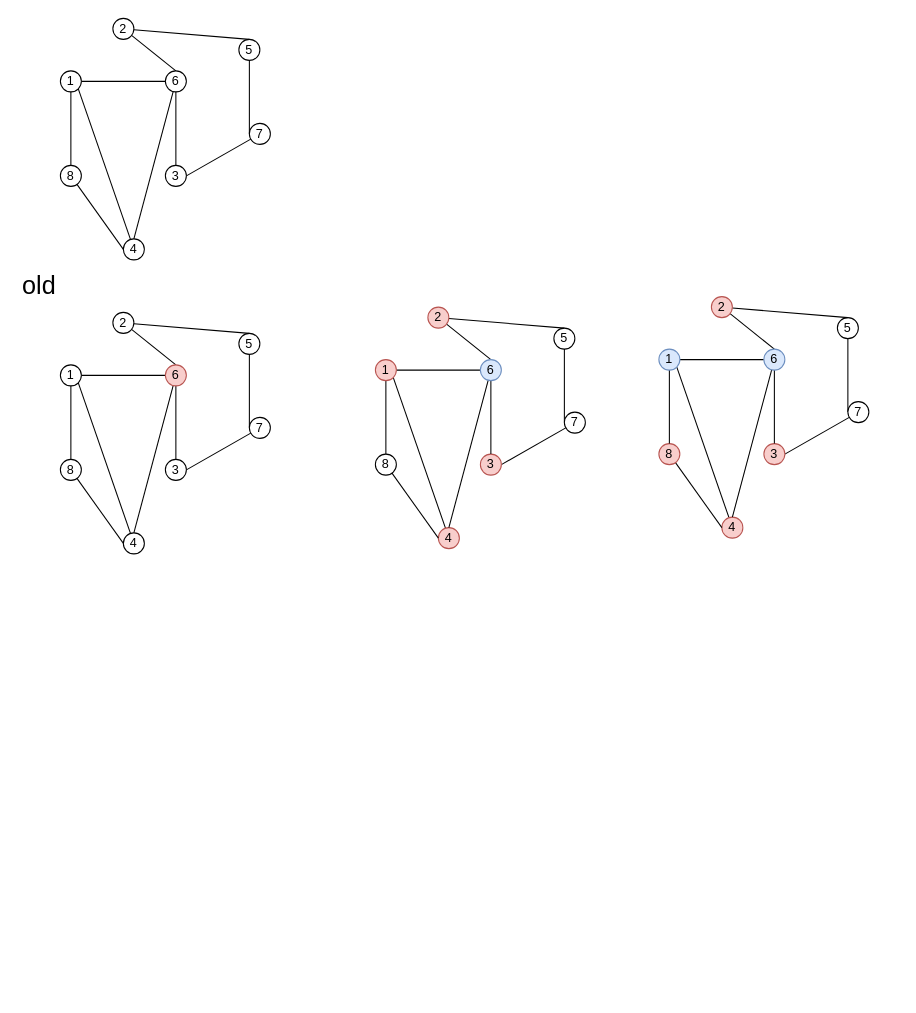
zjtone/RL-Note keeps this draw.io diagram as rl embedding note.drawio. Above is the earlier version. Source tidied: cells renumbered, new cells numbered last; positions are measured from the earlier drawing's top-left corner, leaving out a move shared by most shapes. Both pictures are drawn from the tidied source at 105%, with x=0, y=0 at pixel (18, 18).
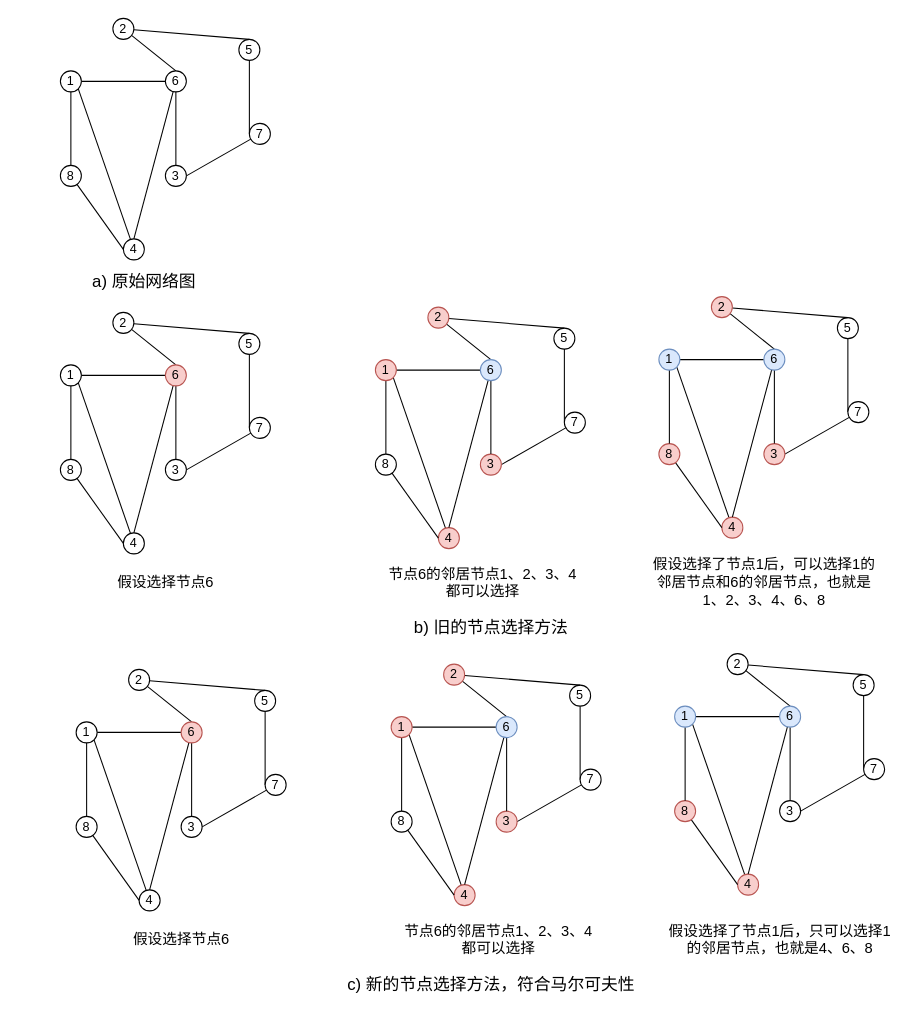
Above is the later version.

The edit, as a diff of the source:
```diff
@@
-    <mxCell id="74" value="old" style="text;html=1;strokeColor=none;fillColor=none;align=center;verticalAlign=middle;whiteSpace=wrap;rounded=0;strokeWidth=4;fontSize=24;" parent="1" vertex="1">
-      <mxGeometry y="245" width="40" height="20" as="geometry" />
-    </mxCell>
+    <mxCell id="75" value="假设选择节点6" style="text;html=1;strokeColor=none;fillColor=none;align=center;verticalAlign=middle;whiteSpace=wrap;rounded=0;fontSize=14;" parent="1" vertex="1">
+      <mxGeometry x="77.5" y="520" width="125" height="34" as="geometry" />
+    </mxCell>
+    <mxCell id="76" value="节点6的邻居节点1、2、3、4都可以选择" style="text;html=1;strokeColor=none;fillColor=none;align=center;verticalAlign=middle;whiteSpace=wrap;rounded=0;fontSize=14;" parent="1" vertex="1">
+      <mxGeometry x="350" y="520" width="185" height="34" as="geometry" />
+    </mxCell>
+    <mxCell id="77" value="假设选择了节点1后，可以选择1的邻居节点和6的邻居节点，也就是1、2、3、4、6、8" style="text;html=1;strokeColor=none;fillColor=none;align=center;verticalAlign=middle;whiteSpace=wrap;rounded=0;fontSize=14;" parent="1" vertex="1">
+      <mxGeometry x="597.5" y="520" width="225" height="34" as="geometry" />
+    </mxCell>
+    <mxCell id="78" value="a) 原始网络图" style="text;html=1;strokeColor=none;fillColor=none;align=center;verticalAlign=middle;whiteSpace=wrap;rounded=0;fontSize=16;" parent="1" vertex="1">
+      <mxGeometry x="25" y="240" width="190" height="20" as="geometry" />
+    </mxCell>
+    <mxCell id="79" value="b) 旧的节点选择方法" style="text;html=1;strokeColor=none;fillColor=none;align=center;verticalAlign=middle;whiteSpace=wrap;rounded=0;fontSize=16;" parent="1" vertex="1">
+      <mxGeometry x="281.5" y="570" width="337" height="20" as="geometry" />
+    </mxCell>
+    <mxCell id="80" style="edgeStyle=none;rounded=0;jettySize=auto;html=1;entryX=1;entryY=1;entryDx=0;entryDy=0;endArrow=none;endFill=0;" parent="1" edge="1" source="81" target="94">
+      <mxGeometry relative="1" as="geometry" />
+    </mxCell>
+    <mxCell id="81" value="4" style="ellipse;whiteSpace=wrap;html=1;" parent="1" vertex="1">
+      <mxGeometry x="115" y="830" width="20" height="20" as="geometry" />
+    </mxCell>
+    <mxCell id="82" style="edgeStyle=none;rounded=0;jettySize=auto;html=1;entryX=0;entryY=0.5;entryDx=0;entryDy=0;endArrow=none;endFill=0;" parent="1" edge="1" source="83" target="88">
+      <mxGeometry relative="1" as="geometry" />
+    </mxCell>
+    <mxCell id="83" value="5" style="ellipse;whiteSpace=wrap;html=1;" parent="1" vertex="1">
+      <mxGeometry x="225" y="640" width="20" height="20" as="geometry" />
+    </mxCell>
+    <mxCell id="84" style="edgeStyle=none;rounded=0;jettySize=auto;html=1;entryX=0.5;entryY=0;entryDx=0;entryDy=0;endArrow=none;endFill=0;" parent="1" edge="1" source="86" target="83">
+      <mxGeometry relative="1" as="geometry" />
+    </mxCell>
+    <mxCell id="85" style="edgeStyle=none;rounded=0;jettySize=auto;html=1;entryX=0.5;entryY=0;entryDx=0;entryDy=0;endArrow=none;endFill=0;" parent="1" edge="1" source="86" target="97">
+      <mxGeometry relative="1" as="geometry" />
+    </mxCell>
+    <mxCell id="86" value="2" style="ellipse;whiteSpace=wrap;html=1;" parent="1" vertex="1">
+      <mxGeometry x="105" y="620" width="20" height="20" as="geometry" />
+    </mxCell>
+    <mxCell id="87" style="edgeStyle=none;rounded=0;jettySize=auto;html=1;entryX=1;entryY=0.5;entryDx=0;entryDy=0;endArrow=none;endFill=0;" parent="1" edge="1" source="88" target="91">
+      <mxGeometry relative="1" as="geometry" />
+    </mxCell>
+    <mxCell id="88" value="7" style="ellipse;whiteSpace=wrap;html=1;" parent="1" vertex="1">
+      <mxGeometry x="235" y="720" width="20" height="20" as="geometry" />
+    </mxCell>
+    <mxCell id="89" style="edgeStyle=none;rounded=0;jettySize=auto;html=1;entryX=0;entryY=0.5;entryDx=0;entryDy=0;endArrow=none;endFill=0;" parent="1" edge="1" source="90" target="81">
+      <mxGeometry relative="1" as="geometry" />
+    </mxCell>
+    <mxCell id="90" value="8" style="ellipse;whiteSpace=wrap;html=1;" parent="1" vertex="1">
+      <mxGeometry x="55" y="760" width="20" height="20" as="geometry" />
+    </mxCell>
+    <mxCell id="91" value="3" style="ellipse;whiteSpace=wrap;html=1;" parent="1" vertex="1">
+      <mxGeometry x="155" y="760" width="20" height="20" as="geometry" />
+    </mxCell>
+    <mxCell id="92" style="edgeStyle=orthogonalEdgeStyle;rounded=0;jettySize=auto;html=1;entryX=0.5;entryY=0;entryDx=0;entryDy=0;endArrow=none;endFill=0;" parent="1" edge="1" source="94" target="90">
+      <mxGeometry relative="1" as="geometry" />
+    </mxCell>
+    <mxCell id="93" style="edgeStyle=none;rounded=0;jettySize=auto;html=1;entryX=0;entryY=0.5;entryDx=0;entryDy=0;endArrow=none;endFill=0;" parent="1" edge="1" source="94" target="97">
+      <mxGeometry relative="1" as="geometry" />
+    </mxCell>
+    <mxCell id="94" value="1" style="ellipse;whiteSpace=wrap;html=1;" parent="1" vertex="1">
+      <mxGeometry x="55" y="670" width="20" height="20" as="geometry" />
+    </mxCell>
+    <mxCell id="95" style="edgeStyle=none;rounded=0;jettySize=auto;html=1;entryX=0.5;entryY=0;entryDx=0;entryDy=0;endArrow=none;endFill=0;" parent="1" edge="1" source="97" target="91">
+      <mxGeometry relative="1" as="geometry" />
+    </mxCell>
+    <mxCell id="96" style="edgeStyle=none;rounded=0;jettySize=auto;html=1;entryX=0.5;entryY=0;entryDx=0;entryDy=0;endArrow=none;endFill=0;" parent="1" edge="1" source="97" target="81">
+      <mxGeometry relative="1" as="geometry" />
+    </mxCell>
+    <mxCell id="97" value="6" style="ellipse;whiteSpace=wrap;html=1;fillColor=#f8cecc;strokeColor=#b85450;" parent="1" vertex="1">
+      <mxGeometry x="155" y="670" width="20" height="20" as="geometry" />
+    </mxCell>
+    <mxCell id="98" style="edgeStyle=none;rounded=0;jettySize=auto;html=1;entryX=1;entryY=1;entryDx=0;entryDy=0;endArrow=none;endFill=0;" parent="1" edge="1" source="99" target="112">
+      <mxGeometry relative="1" as="geometry" />
+    </mxCell>
+    <mxCell id="99" value="4" style="ellipse;whiteSpace=wrap;html=1;fillColor=#f8cecc;strokeColor=#b85450;" parent="1" vertex="1">
+      <mxGeometry x="415" y="825" width="20" height="20" as="geometry" />
+    </mxCell>
+    <mxCell id="100" style="edgeStyle=none;rounded=0;jettySize=auto;html=1;entryX=0;entryY=0.5;entryDx=0;entryDy=0;endArrow=none;endFill=0;" parent="1" edge="1" source="101" target="106">
+      <mxGeometry relative="1" as="geometry" />
+    </mxCell>
+    <mxCell id="101" value="5" style="ellipse;whiteSpace=wrap;html=1;" parent="1" vertex="1">
+      <mxGeometry x="525" y="635" width="20" height="20" as="geometry" />
+    </mxCell>
+    <mxCell id="102" style="edgeStyle=none;rounded=0;jettySize=auto;html=1;entryX=0.5;entryY=0;entryDx=0;entryDy=0;endArrow=none;endFill=0;" parent="1" edge="1" source="104" target="101">
+      <mxGeometry relative="1" as="geometry" />
+    </mxCell>
+    <mxCell id="103" style="edgeStyle=none;rounded=0;jettySize=auto;html=1;entryX=0.5;entryY=0;entryDx=0;entryDy=0;endArrow=none;endFill=0;" parent="1" edge="1" source="104" target="115">
+      <mxGeometry relative="1" as="geometry" />
+    </mxCell>
+    <mxCell id="104" value="2" style="ellipse;whiteSpace=wrap;html=1;fillColor=#f8cecc;strokeColor=#b85450;" parent="1" vertex="1">
+      <mxGeometry x="405" y="615" width="20" height="20" as="geometry" />
+    </mxCell>
+    <mxCell id="105" style="edgeStyle=none;rounded=0;jettySize=auto;html=1;entryX=1;entryY=0.5;entryDx=0;entryDy=0;endArrow=none;endFill=0;" parent="1" edge="1" source="106" target="109">
+      <mxGeometry relative="1" as="geometry" />
+    </mxCell>
+    <mxCell id="106" value="7" style="ellipse;whiteSpace=wrap;html=1;" parent="1" vertex="1">
+      <mxGeometry x="535" y="715" width="20" height="20" as="geometry" />
+    </mxCell>
+    <mxCell id="107" style="edgeStyle=none;rounded=0;jettySize=auto;html=1;entryX=0;entryY=0.5;entryDx=0;entryDy=0;endArrow=none;endFill=0;" parent="1" edge="1" source="108" target="99">
+      <mxGeometry relative="1" as="geometry" />
+    </mxCell>
+    <mxCell id="108" value="8" style="ellipse;whiteSpace=wrap;html=1;" parent="1" vertex="1">
+      <mxGeometry x="355" y="755" width="20" height="20" as="geometry" />
+    </mxCell>
+    <mxCell id="109" value="3" style="ellipse;whiteSpace=wrap;html=1;fillColor=#f8cecc;strokeColor=#b85450;" parent="1" vertex="1">
+      <mxGeometry x="455" y="755" width="20" height="20" as="geometry" />
+    </mxCell>
+    <mxCell id="110" style="edgeStyle=orthogonalEdgeStyle;rounded=0;jettySize=auto;html=1;entryX=0.5;entryY=0;entryDx=0;entryDy=0;endArrow=none;endFill=0;" parent="1" edge="1" source="112" target="108">
+      <mxGeometry relative="1" as="geometry" />
+    </mxCell>
+    <mxCell id="111" style="edgeStyle=none;rounded=0;jettySize=auto;html=1;entryX=0;entryY=0.5;entryDx=0;entryDy=0;endArrow=none;endFill=0;" parent="1" edge="1" source="112" target="115">
+      <mxGeometry relative="1" as="geometry" />
+    </mxCell>
+    <mxCell id="112" value="1" style="ellipse;whiteSpace=wrap;html=1;fillColor=#f8cecc;strokeColor=#b85450;" parent="1" vertex="1">
+      <mxGeometry x="355" y="665" width="20" height="20" as="geometry" />
+    </mxCell>
+    <mxCell id="113" style="edgeStyle=none;rounded=0;jettySize=auto;html=1;entryX=0.5;entryY=0;entryDx=0;entryDy=0;endArrow=none;endFill=0;" parent="1" edge="1" source="115" target="109">
+      <mxGeometry relative="1" as="geometry" />
+    </mxCell>
+    <mxCell id="114" style="edgeStyle=none;rounded=0;jettySize=auto;html=1;entryX=0.5;entryY=0;entryDx=0;entryDy=0;endArrow=none;endFill=0;" parent="1" edge="1" source="115" target="99">
+      <mxGeometry relative="1" as="geometry" />
+    </mxCell>
+    <mxCell id="115" value="6" style="ellipse;whiteSpace=wrap;html=1;fillColor=#dae8fc;strokeColor=#6c8ebf;" parent="1" vertex="1">
+      <mxGeometry x="455" y="665" width="20" height="20" as="geometry" />
+    </mxCell>
+    <mxCell id="116" style="edgeStyle=none;rounded=0;jettySize=auto;html=1;entryX=1;entryY=1;entryDx=0;entryDy=0;endArrow=none;endFill=0;" parent="1" edge="1" source="117" target="130">
+      <mxGeometry relative="1" as="geometry" />
+    </mxCell>
+    <mxCell id="117" value="4" style="ellipse;whiteSpace=wrap;html=1;fillColor=#f8cecc;strokeColor=#b85450;" parent="1" vertex="1">
+      <mxGeometry x="685" y="815" width="20" height="20" as="geometry" />
+    </mxCell>
+    <mxCell id="118" style="edgeStyle=none;rounded=0;jettySize=auto;html=1;entryX=0;entryY=0.5;entryDx=0;entryDy=0;endArrow=none;endFill=0;" parent="1" edge="1" source="119" target="124">
+      <mxGeometry relative="1" as="geometry" />
+    </mxCell>
+    <mxCell id="119" value="5" style="ellipse;whiteSpace=wrap;html=1;" parent="1" vertex="1">
+      <mxGeometry x="795" y="625" width="20" height="20" as="geometry" />
+    </mxCell>
+    <mxCell id="120" style="edgeStyle=none;rounded=0;jettySize=auto;html=1;entryX=0.5;entryY=0;entryDx=0;entryDy=0;endArrow=none;endFill=0;" parent="1" edge="1" source="122" target="119">
+      <mxGeometry relative="1" as="geometry" />
+    </mxCell>
+    <mxCell id="121" style="edgeStyle=none;rounded=0;jettySize=auto;html=1;entryX=0.5;entryY=0;entryDx=0;entryDy=0;endArrow=none;endFill=0;" parent="1" edge="1" source="122" target="133">
+      <mxGeometry relative="1" as="geometry" />
+    </mxCell>
+    <mxCell id="122" value="2" style="ellipse;whiteSpace=wrap;html=1;" parent="1" vertex="1">
+      <mxGeometry x="675" y="605" width="20" height="20" as="geometry" />
+    </mxCell>
+    <mxCell id="123" style="edgeStyle=none;rounded=0;jettySize=auto;html=1;entryX=1;entryY=0.5;entryDx=0;entryDy=0;endArrow=none;endFill=0;" parent="1" edge="1" source="124" target="127">
+      <mxGeometry relative="1" as="geometry" />
+    </mxCell>
+    <mxCell id="124" value="7" style="ellipse;whiteSpace=wrap;html=1;" parent="1" vertex="1">
+      <mxGeometry x="805" y="705" width="20" height="20" as="geometry" />
+    </mxCell>
+    <mxCell id="125" style="edgeStyle=none;rounded=0;jettySize=auto;html=1;entryX=0;entryY=0.5;entryDx=0;entryDy=0;endArrow=none;endFill=0;" parent="1" edge="1" source="126" target="117">
+      <mxGeometry relative="1" as="geometry" />
+    </mxCell>
+    <mxCell id="126" value="8" style="ellipse;whiteSpace=wrap;html=1;fillColor=#f8cecc;strokeColor=#b85450;" parent="1" vertex="1">
+      <mxGeometry x="625" y="745" width="20" height="20" as="geometry" />
+    </mxCell>
+    <mxCell id="127" value="3" style="ellipse;whiteSpace=wrap;html=1;" parent="1" vertex="1">
+      <mxGeometry x="725" y="745" width="20" height="20" as="geometry" />
+    </mxCell>
+    <mxCell id="128" style="edgeStyle=orthogonalEdgeStyle;rounded=0;jettySize=auto;html=1;entryX=0.5;entryY=0;entryDx=0;entryDy=0;endArrow=none;endFill=0;" parent="1" edge="1" source="130" target="126">
+      <mxGeometry relative="1" as="geometry" />
+    </mxCell>
+    <mxCell id="129" style="edgeStyle=none;rounded=0;jettySize=auto;html=1;entryX=0;entryY=0.5;entryDx=0;entryDy=0;endArrow=none;endFill=0;" parent="1" edge="1" source="130" target="133">
+      <mxGeometry relative="1" as="geometry" />
+    </mxCell>
+    <mxCell id="130" value="1" style="ellipse;whiteSpace=wrap;html=1;fillColor=#dae8fc;strokeColor=#6c8ebf;" parent="1" vertex="1">
+      <mxGeometry x="625" y="655" width="20" height="20" as="geometry" />
+    </mxCell>
+    <mxCell id="131" style="edgeStyle=none;rounded=0;jettySize=auto;html=1;entryX=0.5;entryY=0;entryDx=0;entryDy=0;endArrow=none;endFill=0;" parent="1" edge="1" source="133" target="127">
+      <mxGeometry relative="1" as="geometry" />
+    </mxCell>
+    <mxCell id="132" style="edgeStyle=none;rounded=0;jettySize=auto;html=1;entryX=0.5;entryY=0;entryDx=0;entryDy=0;endArrow=none;endFill=0;" parent="1" edge="1" source="133" target="117">
+      <mxGeometry relative="1" as="geometry" />
+    </mxCell>
+    <mxCell id="133" value="6" style="ellipse;whiteSpace=wrap;html=1;fillColor=#dae8fc;strokeColor=#6c8ebf;" parent="1" vertex="1">
+      <mxGeometry x="725" y="655" width="20" height="20" as="geometry" />
+    </mxCell>
+    <mxCell id="134" value="假设选择节点6" style="text;html=1;strokeColor=none;fillColor=none;align=center;verticalAlign=middle;whiteSpace=wrap;rounded=0;fontSize=14;" parent="1" vertex="1">
+      <mxGeometry x="92.5" y="860" width="125" height="34" as="geometry" />
+    </mxCell>
+    <mxCell id="135" value="节点6的邻居节点1、2、3、4都可以选择" style="text;html=1;strokeColor=none;fillColor=none;align=center;verticalAlign=middle;whiteSpace=wrap;rounded=0;fontSize=14;" parent="1" vertex="1">
+      <mxGeometry x="365" y="860" width="185" height="34" as="geometry" />
+    </mxCell>
+    <mxCell id="136" value="假设选择了节点1后，只可以选择1的邻居节点，也就是4、6、8" style="text;html=1;strokeColor=none;fillColor=none;align=center;verticalAlign=middle;whiteSpace=wrap;rounded=0;fontSize=14;" parent="1" vertex="1">
+      <mxGeometry x="612.5" y="860" width="225" height="34" as="geometry" />
+    </mxCell>
+    <mxCell id="137" value="c) 新的节点选择方法，符合马尔可夫性" style="text;html=1;strokeColor=none;fillColor=none;align=center;verticalAlign=middle;whiteSpace=wrap;rounded=0;fontSize=16;" parent="1" vertex="1">
+      <mxGeometry x="281.5" y="910" width="337" height="20" as="geometry" />
+    </mxCell>
```
